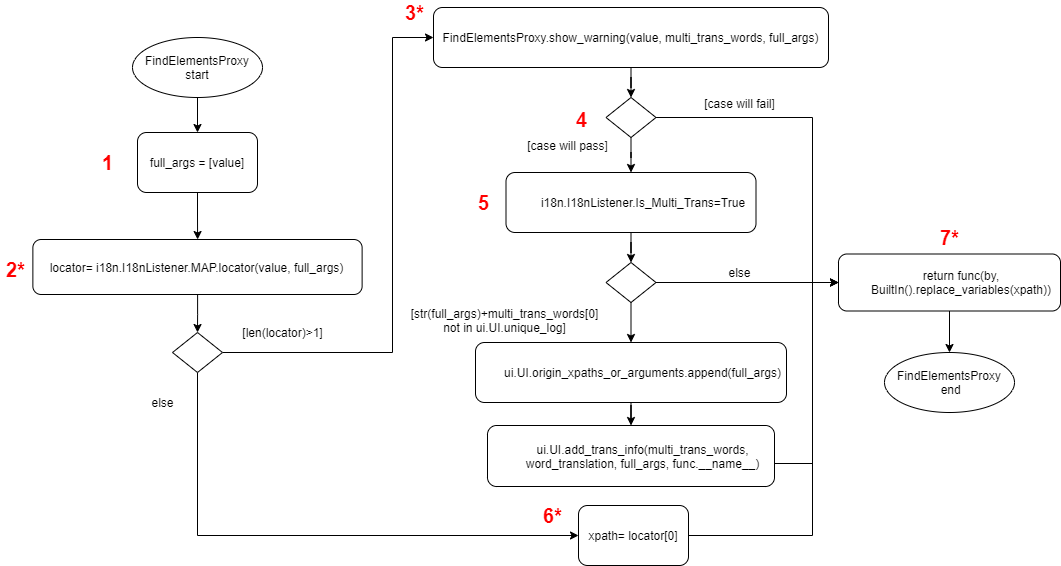
Before: ppt截圖/i18n flow chart-ppt 橫向版.png, a diagram exported from draw.io (Rexmen/i18n). Source tidied: cells renumbered, new cells last; positions are measured from the earlier drawing's top-left corner, leaving out a move shared by most shapes.
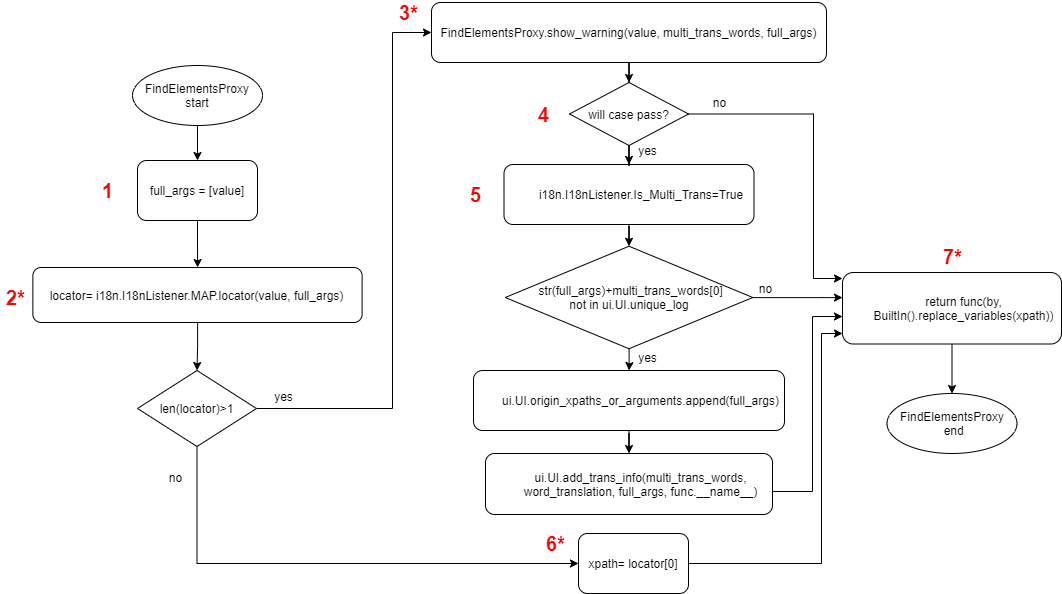
The same file after the commit.

The edit, as a diff of the source:
```diff
@@ -18,31 +18,31 @@
       <mxGeometry relative="1" as="geometry" />
     </mxCell>
     <mxCell id="7" value="&lt;p class=&quot;MsoListParagraph&quot; style=&quot;margin-left: 18.0pt ; text-indent: 0cm&quot;&gt;&lt;span lang=&quot;EN-US&quot;&gt;ui.UI.origin_xpaths_or_arguments.append(full_args)&lt;/span&gt;&lt;/p&gt;" style="rounded=1;whiteSpace=wrap;html=1;" parent="1" vertex="1">
-      <mxGeometry x="475" y="340" width="311" height="60" as="geometry" />
+      <mxGeometry x="473" y="340" width="311" height="60" as="geometry" />
     </mxCell>
-    <mxCell id="8" style="edgeStyle=orthogonalEdgeStyle;rounded=0;jettySize=auto;html=1;entryX=0.5;entryY=0;entryDx=0;entryDy=0;" parent="1" edge="1" source="9" target="21">
-      <mxGeometry relative="1" as="geometry" />
-    </mxCell>
+    <mxCell id="43" style="edgeStyle=orthogonalEdgeStyle;rounded=0;jettySize=auto;html=1;entryX=0.5;entryY=0;entryDx=0;entryDy=0;" parent="1" edge="1" source="9" target="50">
+      <mxGeometry relative="1" as="geometry" />
+    </mxCell>
     <mxCell id="9" value="&lt;p class=&quot;MsoListParagraph&quot; style=&quot;margin-left: 18.0pt ; text-indent: 0cm&quot;&gt;&lt;span lang=&quot;EN-US&quot;&gt;i18n.I18nListener.Is_Multi_Trans=True&lt;/span&gt;&lt;/p&gt;" style="rounded=1;whiteSpace=wrap;html=1;" parent="1" vertex="1">
-      <mxGeometry x="505.5" y="170" width="250" height="60" as="geometry" />
+      <mxGeometry x="503.5" y="134" width="250" height="60" as="geometry" />
     </mxCell>
-    <mxCell id="10" style="edgeStyle=orthogonalEdgeStyle;rounded=0;jettySize=auto;html=1;" parent="1" edge="1" source="11" target="19">
-      <mxGeometry relative="1" as="geometry" />
-    </mxCell>
+    <mxCell id="44" style="edgeStyle=orthogonalEdgeStyle;rounded=0;jettySize=auto;html=1;" parent="1" edge="1" source="11" target="47">
+      <mxGeometry relative="1" as="geometry" />
+    </mxCell>
     <mxCell id="11" value="FindElementsProxy.show_warning(value, multi_trans_words, full_args)" style="rounded=1;whiteSpace=wrap;html=1;" parent="1" vertex="1">
-      <mxGeometry x="433" y="5" width="395" height="60" as="geometry" />
+      <mxGeometry x="431" y="-28" width="395" height="60" as="geometry" />
     </mxCell>
-    <mxCell id="12" value="else" style="text;html=1;align=center;verticalAlign=middle;strokeColor=none;" parent="1" vertex="1">
-      <mxGeometry x="142" y="390" width="40" height="20" as="geometry" />
+    <mxCell id="12" value="no" style="text;html=1;align=center;verticalAlign=middle;strokeColor=none;" parent="1" vertex="1">
+      <mxGeometry x="163" y="438" width="23" height="17" as="geometry" />
     </mxCell>
-    <mxCell id="13" value="[case will fail]" style="text;html=1;align=center;verticalAlign=middle;strokeColor=none;" parent="1" vertex="1">
-      <mxGeometry x="694" y="91" width="90" height="20" as="geometry" />
+    <mxCell id="13" value="yes" style="text;html=1;align=center;verticalAlign=middle;strokeColor=none;" parent="1" vertex="1">
+      <mxGeometry x="632" y="111" width="29" height="17" as="geometry" />
     </mxCell>
     <mxCell id="14" style="edgeStyle=orthogonalEdgeStyle;rounded=0;jettySize=auto;html=1;exitX=1;exitY=0.5;exitDx=0;exitDy=0;entryX=0;entryY=0.5;entryDx=0;entryDy=0;" parent="1" edge="1" source="16" target="11">
       <mxGeometry relative="1" as="geometry">
         <Array as="points">
-          <mxPoint x="392" y="350" />
-          <mxPoint x="392" y="35" />
+          <mxPoint x="392" y="378" />
+          <mxPoint x="392" y="2" />
         </Array>
       </mxGeometry>
     </mxCell>
@@ -53,51 +53,28 @@
         </Array>
       </mxGeometry>
     </mxCell>
-    <mxCell id="16" style="rhombus;whiteSpace=wrap;html=1;" parent="1" vertex="1">
-      <mxGeometry x="172" y="330" width="50" height="40" as="geometry" />
+    <mxCell id="16" value="len(locator)&amp;gt;1" style="rhombus;whiteSpace=wrap;html=1;" parent="1" vertex="1">
+      <mxGeometry x="137" y="340" width="119" height="76" as="geometry" />
     </mxCell>
-    <mxCell id="17" style="edgeStyle=orthogonalEdgeStyle;rounded=0;jettySize=auto;html=1;" parent="1" edge="1" source="19" target="9">
-      <mxGeometry relative="1" as="geometry" />
-    </mxCell>
-    <mxCell id="18" style="edgeStyle=orthogonalEdgeStyle;rounded=0;jettySize=auto;html=1;entryX=0;entryY=0.5;entryDx=0;entryDy=0;" parent="1" edge="1" source="19" target="29">
-      <mxGeometry relative="1" as="geometry">
-        <Array as="points">
-          <mxPoint x="812" y="115" />
-          <mxPoint x="812" y="280" />
-        </Array>
-      </mxGeometry>
-    </mxCell>
-    <mxCell id="19" style="rhombus;whiteSpace=wrap;html=1;" parent="1" vertex="1">
-      <mxGeometry x="605.5" y="95" width="50" height="40" as="geometry" />
-    </mxCell>
-    <mxCell id="20" style="edgeStyle=orthogonalEdgeStyle;rounded=0;jettySize=auto;html=1;entryX=0.5;entryY=0;entryDx=0;entryDy=0;" parent="1" edge="1" source="21" target="7">
-      <mxGeometry relative="1" as="geometry" />
-    </mxCell>
-    <mxCell id="21" style="rhombus;whiteSpace=wrap;html=1;" parent="1" vertex="1">
-      <mxGeometry x="605.5" y="260" width="50" height="40" as="geometry" />
-    </mxCell>
-    <mxCell id="22" value="&lt;p class=&quot;MsoListParagraph&quot; style=&quot;margin-left: 18.0pt ; text-indent: 0cm&quot;&gt;&lt;span lang=&quot;EN-US&quot;&gt;[str(full_args)+multi_trans_words[0]&lt;br&gt;not in ui.UI.unique_log]&lt;/span&gt;&lt;/p&gt;" style="text;html=1;align=center;verticalAlign=middle;strokeColor=none;" parent="1" vertex="1">
-      <mxGeometry x="381" y="290" width="221" height="55" as="geometry" />
-    </mxCell>
-    <mxCell id="23" value="else" style="text;html=1;align=center;verticalAlign=middle;strokeColor=none;" parent="1" vertex="1">
-      <mxGeometry x="719" y="260" width="40" height="20" as="geometry" />
+    <mxCell id="23" value="yes" style="text;html=1;align=center;verticalAlign=middle;strokeColor=none;" parent="1" vertex="1">
+      <mxGeometry x="632" y="318.2" width="29" height="17" as="geometry" />
     </mxCell>
-    <mxCell id="24" style="edgeStyle=orthogonalEdgeStyle;rounded=0;jettySize=auto;html=1;entryX=0;entryY=0.5;entryDx=0;entryDy=0;" parent="1" edge="1" source="25" target="29">
+    <mxCell id="24" style="edgeStyle=orthogonalEdgeStyle;rounded=0;jettySize=auto;html=1;" parent="1" edge="1" source="25" target="29">
       <mxGeometry relative="1" as="geometry">
         <Array as="points">
           <mxPoint x="812" y="461" />
-          <mxPoint x="812" y="280" />
+          <mxPoint x="812" y="286" />
         </Array>
       </mxGeometry>
     </mxCell>
     <mxCell id="25" value="&lt;p class=&quot;MsoListParagraph&quot; style=&quot;margin-left: 18.0pt ; text-indent: 0cm&quot;&gt;&lt;span lang=&quot;EN-US&quot;&gt;ui.UI.add_trans_info(multi_trans_words, word_translation, full_args, func.__name__)&lt;/span&gt;&lt;/p&gt;" style="rounded=1;whiteSpace=wrap;html=1;" parent="1" vertex="1">
-      <mxGeometry x="487" y="423" width="287" height="61" as="geometry" />
+      <mxGeometry x="485" y="423" width="287" height="61" as="geometry" />
     </mxCell>
-    <mxCell id="26" style="edgeStyle=orthogonalEdgeStyle;rounded=0;jettySize=auto;html=1;entryX=0;entryY=0.5;entryDx=0;entryDy=0;" parent="1" edge="1" source="27" target="29">
+    <mxCell id="26" style="edgeStyle=orthogonalEdgeStyle;rounded=0;jettySize=auto;html=1;" parent="1" edge="1" source="27" target="29">
       <mxGeometry relative="1" as="geometry">
         <Array as="points">
-          <mxPoint x="812" y="533" />
-          <mxPoint x="812" y="280" />
+          <mxPoint x="821" y="533" />
+          <mxPoint x="821" y="303" />
         </Array>
       </mxGeometry>
     </mxCell>
@@ -108,13 +85,13 @@
       <mxGeometry relative="1" as="geometry" />
     </mxCell>
     <mxCell id="29" value="&lt;p class=&quot;MsoListParagraph&quot; style=&quot;margin-left: 18.0pt ; text-indent: 0cm&quot;&gt;&lt;span lang=&quot;EN-US&quot;&gt;return func(by,&lt;br&gt;BuiltIn().replace_variables(xpath))&lt;/span&gt;&lt;/p&gt;" style="rounded=1;whiteSpace=wrap;html=1;" parent="1" vertex="1">
-      <mxGeometry x="838" y="251.5" width="222" height="57" as="geometry" />
+      <mxGeometry x="842" y="242" width="219" height="71.5" as="geometry" />
     </mxCell>
-    <mxCell id="30" value="[len(locator)&amp;gt;1]" style="text;html=1;align=center;verticalAlign=middle;strokeColor=none;" parent="1" vertex="1">
-      <mxGeometry x="232" y="320" width="100" height="20" as="geometry" />
+    <mxCell id="30" value="yes" style="text;html=1;align=center;verticalAlign=middle;strokeColor=none;" parent="1" vertex="1">
+      <mxGeometry x="268" y="357" width="29" height="17" as="geometry" />
     </mxCell>
-    <mxCell id="31" value="[case will pass]" style="text;html=1;align=center;verticalAlign=middle;strokeColor=none;" parent="1" vertex="1">
-      <mxGeometry x="517" y="133" width="100" height="20" as="geometry" />
+    <mxCell id="31" value="no" style="text;html=1;align=center;verticalAlign=middle;strokeColor=none;" parent="1" vertex="1">
+      <mxGeometry x="707" y="63" width="23" height="17" as="geometry" />
     </mxCell>
     <mxCell id="32" style="edgeStyle=orthogonalEdgeStyle;rounded=0;jettySize=auto;html=1;" parent="1" edge="1" source="33" target="3">
       <mxGeometry relative="1" as="geometry" />
@@ -123,33 +100,59 @@
       <mxGeometry x="132" y="35" width="130" height="60" as="geometry" />
     </mxCell>
     <mxCell id="34" value="FindElementsProxy&lt;br&gt;&amp;nbsp;end" style="ellipse;whiteSpace=wrap;html=1;" parent="1" vertex="1">
-      <mxGeometry x="884" y="350" width="130" height="60" as="geometry" />
+      <mxGeometry x="886.5" y="363" width="130" height="60" as="geometry" />
     </mxCell>
-    <mxCell id="35" style="endArrow=none;html=1;exitX=1;exitY=0.5;exitDx=0;exitDy=0;" parent="1" edge="1" source="21">
-      <mxGeometry relative="1" as="geometry">
-        <mxPoint x="812" y="280" as="targetPoint" />
-      </mxGeometry>
-    </mxCell>
     <mxCell id="36" value="&lt;b style=&quot;color: rgb(255 , 0 , 0) ; font-size: 20px&quot;&gt;1&lt;/b&gt;" style="text;html=1;align=center;verticalAlign=middle;strokeColor=none;" parent="1" vertex="1">
       <mxGeometry x="96" y="150" width="21" height="20" as="geometry" />
     </mxCell>
     <mxCell id="37" value="&lt;b style=&quot;color: rgb(255 , 0 , 0) ; font-size: 20px&quot;&gt;3*&lt;/b&gt;" style="text;html=1;align=center;verticalAlign=middle;strokeColor=none;" parent="1" vertex="1">
-      <mxGeometry x="399" width="29" height="20" as="geometry" />
+      <mxGeometry x="393" y="-28" width="29" height="20" as="geometry" />
     </mxCell>
     <mxCell id="38" value="&lt;font color=&quot;#ff0000&quot;&gt;&lt;span style=&quot;font-size: 20px&quot;&gt;&lt;b&gt;2*&lt;/b&gt;&lt;/span&gt;&lt;/font&gt;" style="text;html=1;align=center;verticalAlign=middle;strokeColor=none;" parent="1" vertex="1">
       <mxGeometry y="257" width="29" height="20" as="geometry" />
     </mxCell>
     <mxCell id="39" value="&lt;b style=&quot;color: rgb(255 , 0 , 0) ; font-size: 20px&quot;&gt;5&lt;/b&gt;" style="text;html=1;align=center;verticalAlign=middle;strokeColor=none;" parent="1" vertex="1">
-      <mxGeometry x="472" y="190" width="21" height="20" as="geometry" />
+      <mxGeometry x="464" y="154" width="21" height="20" as="geometry" />
     </mxCell>
     <mxCell id="40" value="&lt;b style=&quot;color: rgb(255 , 0 , 0) ; font-size: 20px&quot;&gt;4&lt;/b&gt;" style="text;html=1;align=center;verticalAlign=middle;strokeColor=none;" parent="1" vertex="1">
-      <mxGeometry x="570" y="107" width="21" height="20" as="geometry" />
+      <mxGeometry x="532" y="73.5" width="21" height="20" as="geometry" />
     </mxCell>
     <mxCell id="41" value="&lt;b style=&quot;color: rgb(255 , 0 , 0) ; font-size: 20px&quot;&gt;7*&lt;/b&gt;" style="text;html=1;align=center;verticalAlign=middle;strokeColor=none;" parent="1" vertex="1">
-      <mxGeometry x="934.5" y="225" width="29" height="20" as="geometry" />
+      <mxGeometry x="937" y="215.8" width="29" height="20" as="geometry" />
     </mxCell>
     <mxCell id="42" value="&lt;b style=&quot;color: rgb(255 , 0 , 0) ; font-size: 20px&quot;&gt;6*&lt;/b&gt;" style="text;html=1;align=center;verticalAlign=middle;strokeColor=none;" parent="1" vertex="1">
-      <mxGeometry x="537" y="503" width="29" height="20" as="geometry" />
+      <mxGeometry x="540" y="503" width="29" height="20" as="geometry" />
     </mxCell>
+    <mxCell id="45" style="edgeStyle=orthogonalEdgeStyle;rounded=0;jettySize=auto;html=1;entryX=0.5;entryY=0;entryDx=0;entryDy=0;" parent="1" edge="1" source="47" target="9">
+      <mxGeometry relative="1" as="geometry" />
+    </mxCell>
+    <mxCell id="46" style="edgeStyle=orthogonalEdgeStyle;rounded=0;jettySize=auto;html=1;" parent="1" edge="1" source="47" target="29">
+      <mxGeometry relative="1" as="geometry">
+        <Array as="points">
+          <mxPoint x="813" y="84" />
+          <mxPoint x="813" y="248" />
+        </Array>
+      </mxGeometry>
+    </mxCell>
+    <mxCell id="47" value="will case pass?" style="rhombus;whiteSpace=wrap;html=1;" parent="1" vertex="1">
+      <mxGeometry x="569" y="52" width="119" height="63" as="geometry" />
+    </mxCell>
+    <mxCell id="48" style="edgeStyle=orthogonalEdgeStyle;rounded=0;jettySize=auto;html=1;" parent="1" edge="1" source="50" target="7">
+      <mxGeometry relative="1" as="geometry" />
+    </mxCell>
+    <mxCell id="49" style="edgeStyle=orthogonalEdgeStyle;rounded=0;jettySize=auto;html=1;" parent="1" edge="1" source="50" target="29">
+      <mxGeometry relative="1" as="geometry">
+        <Array as="points">
+          <mxPoint x="816" y="267" />
+          <mxPoint x="816" y="267" />
+        </Array>
+      </mxGeometry>
+    </mxCell>
+    <mxCell id="50" value="&lt;span&gt;&amp;nbsp;str(full_args)+multi_trans_words[0]&lt;/span&gt;&lt;br&gt;&lt;span&gt;not in ui.UI.unique_log&lt;/span&gt;" style="rhombus;whiteSpace=wrap;html=1;" parent="1" vertex="1">
+      <mxGeometry x="504.8" y="215.8" width="247.5" height="102.5" as="geometry" />
+    </mxCell>
+    <mxCell id="51" value="no" style="text;html=1;align=center;verticalAlign=middle;strokeColor=none;" parent="1" vertex="1">
+      <mxGeometry x="753.5" y="249" width="23" height="17" as="geometry" />
+    </mxCell>
   </root>
 </mxGraphModel>
```
